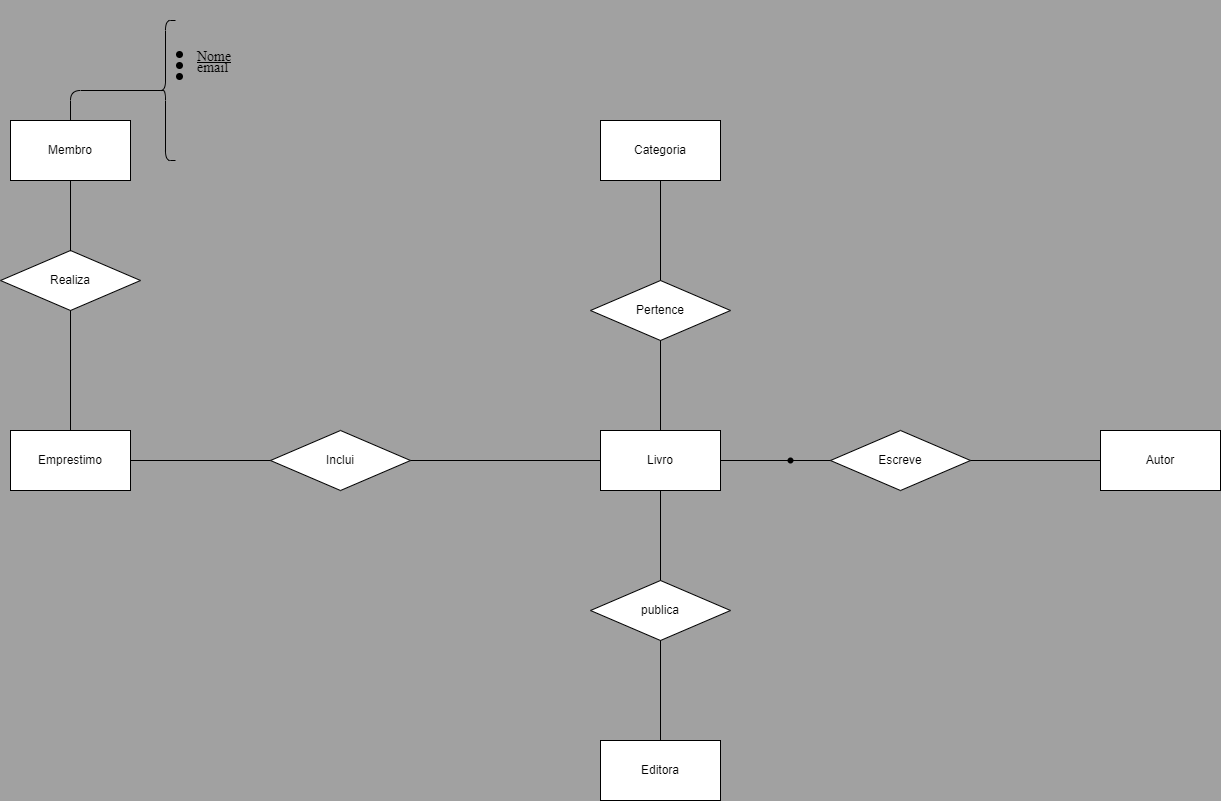
This is DER/image/modelo_entidade_relacionamento.png from AndreiVidal/projeto-banco-de-dados, a draw.io export, as it was before one commit. Source tidied: cells renumbered, new cells last; positions are measured from the earlier drawing's top-left corner, leaving out a move shared by most shapes.
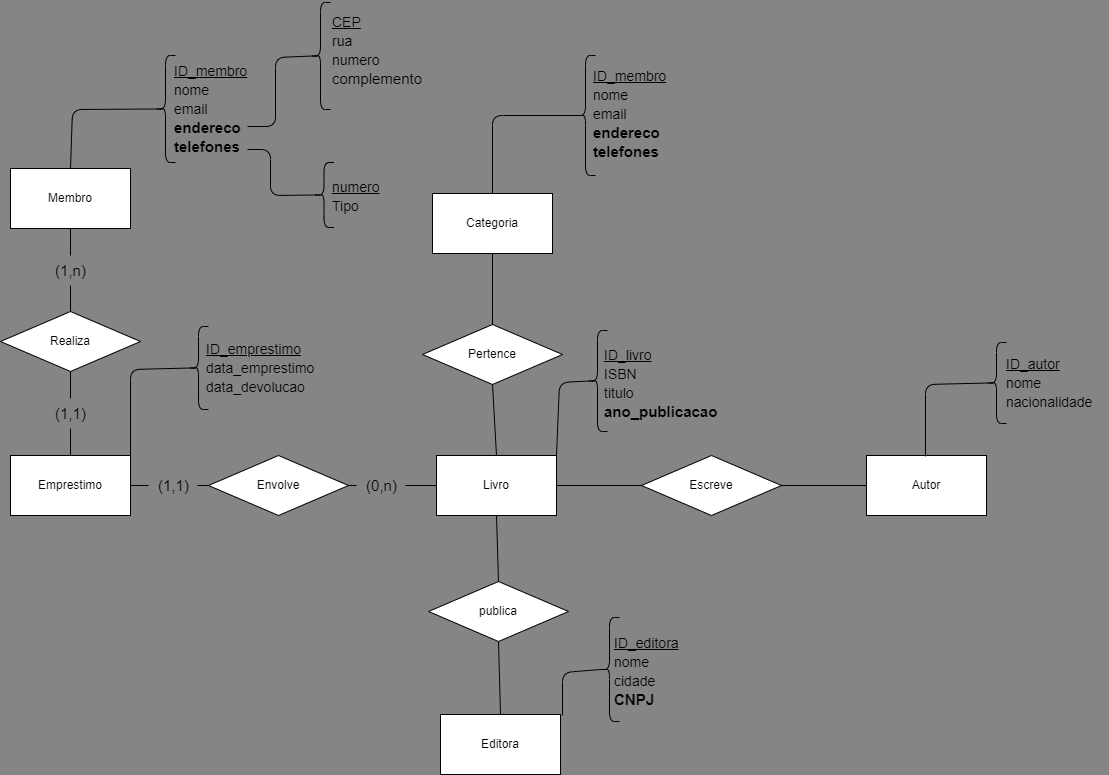
The same file after the commit.

Commit message:
:recycle: refactor: update image DER

The edit, as a diff of the source:
```diff
@@ -1,27 +1,27 @@
-<mxGraphModel background="#A1A1A1">
+<mxGraphModel background="#858585">
   <root>
     <mxCell id="0" />
     <mxCell id="1" parent="0" />
     <mxCell id="2" value="Livro" style="rounded=0;whiteSpace=wrap;html=1;" parent="1" vertex="1">
-      <mxGeometry x="600" y="430" width="120" height="60" as="geometry" />
+      <mxGeometry x="436" y="430" width="120" height="60" as="geometry" />
     </mxCell>
     <mxCell id="3" value="Autor" style="rounded=0;whiteSpace=wrap;html=1;" parent="1" vertex="1">
-      <mxGeometry x="1100" y="430" width="120" height="60" as="geometry" />
+      <mxGeometry x="866" y="430" width="120" height="60" as="geometry" />
     </mxCell>
     <mxCell id="4" value="Emprestimo" style="rounded=0;whiteSpace=wrap;html=1;" parent="1" vertex="1">
       <mxGeometry x="10" y="430" width="120" height="60" as="geometry" />
     </mxCell>
     <mxCell id="5" value="Membro" style="rounded=0;whiteSpace=wrap;html=1;" parent="1" vertex="1">
-      <mxGeometry x="10" y="120" width="120" height="60" as="geometry" />
+      <mxGeometry x="10" y="143" width="120" height="60" as="geometry" />
     </mxCell>
     <mxCell id="6" value="Categoria" style="rounded=0;whiteSpace=wrap;html=1;" parent="1" vertex="1">
-      <mxGeometry x="600" y="120" width="120" height="60" as="geometry" />
+      <mxGeometry x="432" y="168" width="120" height="60" as="geometry" />
     </mxCell>
     <mxCell id="7" value="Editora" style="rounded=0;whiteSpace=wrap;html=1;" parent="1" vertex="1">
-      <mxGeometry x="600" y="740" width="120" height="60" as="geometry" />
+      <mxGeometry x="440" y="689" width="120" height="60" as="geometry" />
     </mxCell>
     <mxCell id="8" value="Escreve" style="rhombus;whiteSpace=wrap;html=1;" parent="1" vertex="1">
-      <mxGeometry x="830" y="430" width="140" height="60" as="geometry" />
+      <mxGeometry x="641" y="430" width="140" height="60" as="geometry" />
     </mxCell>
     <mxCell id="9" style="endArrow=none;html=1;exitX=1;exitY=0.5;exitDx=0;exitDy=0;entryX=0;entryY=0.5;entryDx=0;entryDy=0;" parent="1" edge="1" source="2" target="8">
       <mxGeometry relative="1" as="geometry" />
@@ -30,7 +30,7 @@
       <mxGeometry relative="1" as="geometry" />
     </mxCell>
     <mxCell id="11" value="publica" style="rhombus;whiteSpace=wrap;html=1;rotation=0;" parent="1" vertex="1">
-      <mxGeometry x="590" y="580" width="140" height="60" as="geometry" />
+      <mxGeometry x="428" y="556" width="140" height="60" as="geometry" />
     </mxCell>
     <mxCell id="12" style="endArrow=none;html=1;exitX=0.5;exitY=1;exitDx=0;exitDy=0;entryX=0.5;entryY=0;entryDx=0;entryDy=0;" parent="1" edge="1" source="2" target="11">
       <mxGeometry relative="1" as="geometry" />
@@ -38,18 +38,18 @@
     <mxCell id="13" style="endArrow=none;html=1;entryX=0.5;entryY=1;entryDx=0;entryDy=0;exitX=0.5;exitY=0;exitDx=0;exitDy=0;" parent="1" edge="1" source="7" target="11">
       <mxGeometry relative="1" as="geometry" />
     </mxCell>
-    <mxCell id="14" value="Inclui" style="rhombus;whiteSpace=wrap;html=1;" parent="1" vertex="1">
-      <mxGeometry x="270" y="430" width="140" height="60" as="geometry" />
+    <mxCell id="14" value="Envolve" style="rhombus;whiteSpace=wrap;html=1;" parent="1" vertex="1">
+      <mxGeometry x="208" y="430" width="140" height="60" as="geometry" />
     </mxCell>
-    <mxCell id="15" style="endArrow=none;html=1;exitX=0;exitY=0.5;exitDx=0;exitDy=0;" parent="1" edge="1" source="14">
+    <mxCell id="15" style="endArrow=none;html=1;exitX=0;exitY=0.5;exitDx=0;exitDy=0;startArrow=none;" parent="1" edge="1" source="44">
       <mxGeometry relative="1" as="geometry">
         <mxPoint x="130" y="460" as="targetPoint" />
       </mxGeometry>
     </mxCell>
     <mxCell id="16" value="Pertence" style="rhombus;whiteSpace=wrap;html=1;rotation=0;" parent="1" vertex="1">
-      <mxGeometry x="590" y="280" width="140" height="60" as="geometry" />
+      <mxGeometry x="422" y="299" width="140" height="60" as="geometry" />
     </mxCell>
-    <mxCell id="17" style="endArrow=none;html=1;exitX=0;exitY=0.5;exitDx=0;exitDy=0;entryX=1;entryY=0.5;entryDx=0;entryDy=0;" parent="1" edge="1" source="2" target="14">
+    <mxCell id="17" style="endArrow=none;html=1;exitX=0;exitY=0.5;exitDx=0;exitDy=0;entryX=1;entryY=0.5;entryDx=0;entryDy=0;startArrow=none;" parent="1" edge="1" source="42" target="14">
       <mxGeometry relative="1" as="geometry" />
     </mxCell>
     <mxCell id="18" style="endArrow=none;html=1;exitX=0.5;exitY=0;exitDx=0;exitDy=0;entryX=0.5;entryY=1;entryDx=0;entryDy=0;" parent="1" edge="1" source="2" target="16">
@@ -59,31 +59,147 @@
       <mxGeometry relative="1" as="geometry" />
     </mxCell>
     <mxCell id="20" value="Realiza" style="rhombus;whiteSpace=wrap;html=1;" parent="1" vertex="1">
-      <mxGeometry y="250" width="140" height="60" as="geometry" />
+      <mxGeometry y="286" width="140" height="60" as="geometry" />
     </mxCell>
-    <mxCell id="21" style="endArrow=none;html=1;" parent="1" edge="1" source="5">
-      <mxGeometry relative="1" as="geometry">
-        <mxPoint x="70" y="250.7" as="targetPoint" />
-      </mxGeometry>
+    <mxCell id="21" style="endArrow=none;html=1;startArrow=none;entryX=0.5;entryY=0;entryDx=0;entryDy=0;" parent="1" edge="1" source="35" target="20">
+      <mxGeometry relative="1" as="geometry" />
     </mxCell>
-    <mxCell id="22" style="endArrow=none;html=1;entryX=0.5;entryY=0;entryDx=0;entryDy=0;" parent="1" edge="1" source="20" target="4">
+    <mxCell id="22" style="endArrow=none;html=1;entryX=0.5;entryY=0;entryDx=0;entryDy=0;startArrow=none;" parent="1" edge="1" source="37" target="4">
       <mxGeometry relative="1" as="geometry" />
     </mxCell>
-    <mxCell id="23" style="shape=waypoint;fillStyle=solid;size=6;fillColor=none;perimeter=centerPerimeter;" parent="1" vertex="1">
-      <mxGeometry x="780" y="450" width="20" height="20" as="geometry" />
-    </mxCell>
-    <mxCell id="24" value="&lt;h1 style=&quot;line-height: 30%;&quot;&gt;&lt;p style=&quot;line-height: 0%;&quot;&gt;&lt;/p&gt;&lt;ul style=&quot;line-height: 30%;&quot;&gt;&lt;li style=&quot;text-align: justify;&quot;&gt;&lt;font style=&quot;font-size: 14px; font-weight: normal;&quot; face=&quot;Times New Roman&quot;&gt;&lt;u&gt;Nome&lt;/u&gt;&lt;/font&gt;&lt;/li&gt;&lt;li&gt;&lt;font face=&quot;Times New Roman&quot;&gt;&lt;span style=&quot;font-size: 14px; font-weight: 400;&quot;&gt;email&lt;/span&gt;&lt;/font&gt;&lt;/li&gt;&lt;li&gt;&lt;font face=&quot;Times New Roman&quot;&gt;&lt;span style=&quot;font-size: 14px; font-weight: 400;&quot;&gt;&lt;br&gt;&lt;/span&gt;&lt;/font&gt;&lt;/li&gt;&lt;/ul&gt;&lt;/h1&gt;" style="text;strokeColor=none;fillColor=none;html=1;whiteSpace=wrap;verticalAlign=middle;overflow=hidden;" parent="1" vertex="1">
-      <mxGeometry x="155" width="110" height="130" as="geometry" />
-    </mxCell>
     <mxCell id="25" style="shape=curlyBracket;whiteSpace=wrap;html=1;rounded=1;labelPosition=left;verticalLabelPosition=middle;align=right;verticalAlign=middle;size=0.5;" parent="1" vertex="1">
-      <mxGeometry x="155" y="20" width="20" height="140" as="geometry" />
+      <mxGeometry x="155" y="30" width="20" height="107" as="geometry" />
     </mxCell>
     <mxCell id="26" style="endArrow=none;html=1;exitX=0.5;exitY=0;exitDx=0;exitDy=0;entryX=0.1;entryY=0.5;entryDx=0;entryDy=0;entryPerimeter=0;" parent="1" edge="1" source="5" target="25">
       <mxGeometry relative="1" as="geometry">
         <Array as="points">
-          <mxPoint x="70" y="90" />
+          <mxPoint x="72" y="84" />
         </Array>
       </mxGeometry>
     </mxCell>
+    <mxCell id="27" value="&lt;p style=&quot;line-height: 50%;&quot;&gt;&lt;u style=&quot;font-size: 14px;&quot;&gt;ID_membro&lt;/u&gt;&lt;span style=&quot;font-size: 14px; background-color: initial;&quot;&gt;&lt;br&gt;&lt;/span&gt;&lt;/p&gt;&lt;p style=&quot;line-height: 50%;&quot;&gt;&lt;span style=&quot;font-size: 14px; background-color: initial;&quot;&gt;nome&lt;/span&gt;&lt;/p&gt;&lt;p style=&quot;line-height: 50%;&quot;&gt;&lt;span style=&quot;font-size: 14px; background-color: initial;&quot;&gt;email&lt;/span&gt;&lt;/p&gt;&lt;p style=&quot;line-height: 50%;&quot;&gt;&lt;b style=&quot;background-color: initial;&quot;&gt;&lt;font style=&quot;font-size: 15px;&quot;&gt;endereco&lt;/font&gt;&lt;/b&gt;&lt;/p&gt;&lt;p style=&quot;line-height: 50%;&quot;&gt;&lt;b style=&quot;background-color: initial;&quot;&gt;&lt;font style=&quot;font-size: 15px;&quot;&gt;telefones&lt;/font&gt;&lt;/b&gt;&lt;/p&gt;" style="text;html=1;align=left;verticalAlign=middle;strokeColor=none;fillColor=none;" parent="1" vertex="1">
+      <mxGeometry x="172" y="25" width="91" height="118" as="geometry" />
+    </mxCell>
+    <mxCell id="28" style="endArrow=none;html=1;fontSize=15;entryX=0.1;entryY=0.5;entryDx=0;entryDy=0;entryPerimeter=0;" parent="1" edge="1" target="30">
+      <mxGeometry relative="1" as="geometry">
+        <mxPoint x="247" y="101" as="sourcePoint" />
+        <Array as="points">
+          <mxPoint x="275" y="101" />
+          <mxPoint x="275" y="32" />
+        </Array>
+      </mxGeometry>
+    </mxCell>
+    <mxCell id="29" style="endArrow=none;html=1;fontSize=15;entryX=0.1;entryY=0.5;entryDx=0;entryDy=0;entryPerimeter=0;" parent="1" edge="1" target="31">
+      <mxGeometry relative="1" as="geometry">
+        <mxPoint x="247" y="124" as="sourcePoint" />
+        <Array as="points">
+          <mxPoint x="270" y="124" />
+          <mxPoint x="270" y="170" />
+        </Array>
+      </mxGeometry>
+    </mxCell>
+    <mxCell id="30" style="shape=curlyBracket;whiteSpace=wrap;html=1;rounded=1;labelPosition=left;verticalLabelPosition=middle;align=right;verticalAlign=middle;size=0.5;" parent="1" vertex="1">
+      <mxGeometry x="310" y="-23" width="20" height="107" as="geometry" />
+    </mxCell>
+    <mxCell id="31" style="shape=curlyBracket;whiteSpace=wrap;html=1;rounded=1;labelPosition=left;verticalLabelPosition=middle;align=right;verticalAlign=middle;size=0.5;" parent="1" vertex="1">
+      <mxGeometry x="313.5" y="137" width="20" height="65" as="geometry" />
+    </mxCell>
+    <mxCell id="32" value="&lt;p style=&quot;line-height: 50%;&quot;&gt;&lt;span style=&quot;background-color: initial; font-size: 14px;&quot;&gt;&lt;u&gt;CEP&lt;/u&gt;&lt;/span&gt;&lt;/p&gt;&lt;p style=&quot;line-height: 50%;&quot;&gt;&lt;span style=&quot;font-size: 14px;&quot;&gt;rua&lt;/span&gt;&lt;/p&gt;&lt;p style=&quot;line-height: 50%;&quot;&gt;&lt;span style=&quot;font-size: 14px; background-color: initial;&quot;&gt;numero&lt;/span&gt;&lt;/p&gt;&lt;p style=&quot;line-height: 50%;&quot;&gt;&lt;span style=&quot;background-color: initial;&quot;&gt;&lt;font style=&quot;font-size: 15px;&quot;&gt;complemento&lt;/font&gt;&lt;/span&gt;&lt;/p&gt;" style="text;html=1;align=left;verticalAlign=middle;strokeColor=none;fillColor=none;" parent="1" vertex="1">
+      <mxGeometry x="330" y="-25" width="108" height="100" as="geometry" />
+    </mxCell>
+    <mxCell id="33" value="&lt;p style=&quot;line-height: 50%;&quot;&gt;&lt;u style=&quot;font-size: 14px;&quot;&gt;numero&lt;/u&gt;&lt;span style=&quot;font-size: 14px; background-color: initial;&quot;&gt;&lt;br&gt;&lt;/span&gt;&lt;/p&gt;&lt;p style=&quot;line-height: 50%;&quot;&gt;&lt;span style=&quot;font-size: 14px;&quot;&gt;Tipo&lt;/span&gt;&lt;/p&gt;" style="text;html=1;align=left;verticalAlign=middle;strokeColor=none;fillColor=none;" parent="1" vertex="1">
+      <mxGeometry x="330" y="140" width="65" height="62" as="geometry" />
+    </mxCell>
+    <mxCell id="34" style="endArrow=none;html=1;" parent="1" edge="1" source="5" target="35">
+      <mxGeometry relative="1" as="geometry" />
+    </mxCell>
+    <mxCell id="35" value="(1,n)" style="text;html=1;align=center;verticalAlign=middle;points=[];strokeColor=none;fillColor=none;fontSize=15;" parent="1" vertex="1">
+      <mxGeometry x="45.5" y="230" width="49" height="30" as="geometry" />
+    </mxCell>
+    <mxCell id="36" style="endArrow=none;html=1;entryX=0.5;entryY=0;entryDx=0;entryDy=0;" parent="1" edge="1" source="20" target="37">
+      <mxGeometry relative="1" as="geometry" />
+    </mxCell>
+    <mxCell id="37" value="(1,1)" style="text;html=1;align=center;verticalAlign=middle;points=[];strokeColor=none;fillColor=none;fontSize=15;" parent="1" vertex="1">
+      <mxGeometry x="45.5" y="373" width="49" height="30" as="geometry" />
+    </mxCell>
+    <mxCell id="38" style="endArrow=none;html=1;fontSize=15;exitX=1;exitY=0;exitDx=0;exitDy=0;entryX=0.1;entryY=0.5;entryDx=0;entryDy=0;entryPerimeter=0;" parent="1" edge="1" source="4" target="39">
+      <mxGeometry relative="1" as="geometry">
+        <Array as="points">
+          <mxPoint x="130" y="344" />
+        </Array>
+      </mxGeometry>
+    </mxCell>
+    <mxCell id="39" style="shape=curlyBracket;whiteSpace=wrap;html=1;rounded=1;labelPosition=left;verticalLabelPosition=middle;align=right;verticalAlign=middle;size=0.5;" parent="1" vertex="1">
+      <mxGeometry x="188" y="301" width="20" height="83" as="geometry" />
+    </mxCell>
+    <mxCell id="40" value="&lt;p style=&quot;line-height: 50%;&quot;&gt;&lt;u style=&quot;font-size: 14px;&quot;&gt;ID_emprestimo&lt;/u&gt;&lt;span style=&quot;font-size: 14px; background-color: initial;&quot;&gt;&lt;br&gt;&lt;/span&gt;&lt;/p&gt;&lt;p style=&quot;line-height: 50%;&quot;&gt;&lt;span style=&quot;font-size: 14px; background-color: initial;&quot;&gt;data_emprestimo&lt;/span&gt;&lt;/p&gt;&lt;p style=&quot;line-height: 50%;&quot;&gt;&lt;span style=&quot;font-size: 14px;&quot;&gt;data_devolucao&lt;/span&gt;&lt;/p&gt;" style="text;html=1;align=left;verticalAlign=middle;strokeColor=none;fillColor=none;" parent="1" vertex="1">
+      <mxGeometry x="204" y="301.5" width="126" height="82" as="geometry" />
+    </mxCell>
+    <mxCell id="41" style="endArrow=none;html=1;exitX=0;exitY=0.5;exitDx=0;exitDy=0;entryX=1;entryY=0.5;entryDx=0;entryDy=0;" parent="1" edge="1" source="2" target="42">
+      <mxGeometry relative="1" as="geometry" />
+    </mxCell>
+    <mxCell id="42" value="(0,n)" style="text;html=1;align=center;verticalAlign=middle;points=[];strokeColor=none;fillColor=none;fontSize=15;" parent="1" vertex="1">
+      <mxGeometry x="356" y="445" width="49" height="30" as="geometry" />
+    </mxCell>
+    <mxCell id="43" style="endArrow=none;html=1;exitX=0;exitY=0.5;exitDx=0;exitDy=0;" parent="1" edge="1" source="14" target="44">
+      <mxGeometry relative="1" as="geometry" />
+    </mxCell>
+    <mxCell id="44" value="(1,1)" style="text;html=1;align=center;verticalAlign=middle;points=[];strokeColor=none;fillColor=none;fontSize=15;" parent="1" vertex="1">
+      <mxGeometry x="148" y="445" width="49" height="30" as="geometry" />
+    </mxCell>
+    <mxCell id="45" style="endArrow=none;html=1;fontSize=15;entryX=0.1;entryY=0.5;entryDx=0;entryDy=0;entryPerimeter=0;" parent="1" edge="1" source="6" target="46">
+      <mxGeometry relative="1" as="geometry">
+        <Array as="points">
+          <mxPoint x="492" y="90" />
+        </Array>
+      </mxGeometry>
+    </mxCell>
+    <mxCell id="46" style="shape=curlyBracket;whiteSpace=wrap;html=1;rounded=1;labelPosition=left;verticalLabelPosition=middle;align=right;verticalAlign=middle;fontSize=15;" parent="1" vertex="1">
+      <mxGeometry x="575" y="30" width="20" height="120" as="geometry" />
+    </mxCell>
+    <mxCell id="47" style="endArrow=none;html=1;fontSize=15;exitX=1;exitY=0;exitDx=0;exitDy=0;entryX=0.1;entryY=0.5;entryDx=0;entryDy=0;entryPerimeter=0;" parent="1" edge="1" source="2" target="48">
+      <mxGeometry relative="1" as="geometry">
+        <Array as="points">
+          <mxPoint x="559" y="357" />
+        </Array>
+      </mxGeometry>
+    </mxCell>
+    <mxCell id="48" style="shape=curlyBracket;whiteSpace=wrap;html=1;rounded=1;labelPosition=left;verticalLabelPosition=middle;align=right;verticalAlign=middle;fontSize=15;" parent="1" vertex="1">
+      <mxGeometry x="587" y="305" width="20" height="101" as="geometry" />
+    </mxCell>
+    <mxCell id="49" style="endArrow=none;html=1;fontSize=15;entryX=0.1;entryY=0.5;entryDx=0;entryDy=0;entryPerimeter=0;" parent="1" edge="1" target="50">
+      <mxGeometry relative="1" as="geometry">
+        <mxPoint x="562" y="690" as="sourcePoint" />
+        <Array as="points">
+          <mxPoint x="562" y="647" />
+        </Array>
+      </mxGeometry>
+    </mxCell>
+    <mxCell id="50" style="shape=curlyBracket;whiteSpace=wrap;html=1;rounded=1;labelPosition=left;verticalLabelPosition=middle;align=right;verticalAlign=middle;fontSize=15;" parent="1" vertex="1">
+      <mxGeometry x="599" y="592" width="20" height="104" as="geometry" />
+    </mxCell>
+    <mxCell id="51" style="endArrow=none;html=1;fontSize=15;entryX=0.1;entryY=0.5;entryDx=0;entryDy=0;entryPerimeter=0;" parent="1" edge="1" target="52">
+      <mxGeometry relative="1" as="geometry">
+        <mxPoint x="925" y="431" as="sourcePoint" />
+        <Array as="points">
+          <mxPoint x="925" y="359" />
+        </Array>
+      </mxGeometry>
+    </mxCell>
+    <mxCell id="52" style="shape=curlyBracket;whiteSpace=wrap;html=1;rounded=1;labelPosition=left;verticalLabelPosition=middle;align=right;verticalAlign=middle;fontSize=15;" parent="1" vertex="1">
+      <mxGeometry x="986" y="317" width="20" height="81" as="geometry" />
+    </mxCell>
+    <mxCell id="53" value="&lt;p style=&quot;line-height: 50%;&quot;&gt;&lt;u style=&quot;font-size: 14px;&quot;&gt;ID_membro&lt;/u&gt;&lt;span style=&quot;font-size: 14px; background-color: initial;&quot;&gt;&lt;br&gt;&lt;/span&gt;&lt;/p&gt;&lt;p style=&quot;line-height: 50%;&quot;&gt;&lt;span style=&quot;font-size: 14px; background-color: initial;&quot;&gt;nome&lt;/span&gt;&lt;/p&gt;&lt;p style=&quot;line-height: 50%;&quot;&gt;&lt;span style=&quot;font-size: 14px; background-color: initial;&quot;&gt;email&lt;/span&gt;&lt;/p&gt;&lt;p style=&quot;line-height: 50%;&quot;&gt;&lt;b style=&quot;background-color: initial;&quot;&gt;&lt;font style=&quot;font-size: 15px;&quot;&gt;endereco&lt;/font&gt;&lt;/b&gt;&lt;/p&gt;&lt;p style=&quot;line-height: 50%;&quot;&gt;&lt;b style=&quot;background-color: initial;&quot;&gt;&lt;font style=&quot;font-size: 15px;&quot;&gt;telefones&lt;/font&gt;&lt;/b&gt;&lt;/p&gt;" style="text;html=1;align=left;verticalAlign=middle;strokeColor=none;fillColor=none;" parent="1" vertex="1">
+      <mxGeometry x="591" y="30" width="91" height="118" as="geometry" />
+    </mxCell>
+    <mxCell id="54" value="&lt;p style=&quot;line-height: 50%;&quot;&gt;&lt;u style=&quot;font-size: 14px;&quot;&gt;ID_livro&lt;/u&gt;&lt;span style=&quot;font-size: 14px; background-color: initial;&quot;&gt;&lt;br&gt;&lt;/span&gt;&lt;/p&gt;&lt;p style=&quot;line-height: 50%;&quot;&gt;&lt;span style=&quot;font-size: 14px;&quot;&gt;ISBN&lt;/span&gt;&lt;/p&gt;&lt;p style=&quot;line-height: 50%;&quot;&gt;&lt;span style=&quot;font-size: 14px; background-color: initial;&quot;&gt;titulo&lt;/span&gt;&lt;/p&gt;&lt;p style=&quot;line-height: 50%;&quot;&gt;&lt;b style=&quot;background-color: initial;&quot;&gt;&lt;font style=&quot;font-size: 15px;&quot;&gt;ano_publicacao&lt;/font&gt;&lt;/b&gt;&lt;/p&gt;" style="text;html=1;align=left;verticalAlign=middle;strokeColor=none;fillColor=none;" parent="1" vertex="1">
+      <mxGeometry x="602" y="308" width="131" height="100" as="geometry" />
+    </mxCell>
+    <mxCell id="55" value="&lt;p style=&quot;line-height: 50%;&quot;&gt;&lt;u style=&quot;font-size: 14px;&quot;&gt;ID_autor&lt;/u&gt;&lt;span style=&quot;font-size: 14px; background-color: initial;&quot;&gt;&lt;br&gt;&lt;/span&gt;&lt;/p&gt;&lt;p style=&quot;line-height: 50%;&quot;&gt;&lt;span style=&quot;font-size: 14px; background-color: initial;&quot;&gt;nome&lt;/span&gt;&lt;/p&gt;&lt;p style=&quot;line-height: 50%;&quot;&gt;&lt;span style=&quot;font-size: 14px;&quot;&gt;nacionalidade&lt;/span&gt;&lt;/p&gt;" style="text;html=1;align=left;verticalAlign=middle;strokeColor=none;fillColor=none;" parent="1" vertex="1">
+      <mxGeometry x="1004" y="317" width="104" height="82" as="geometry" />
+    </mxCell>
+    <mxCell id="56" value="&lt;p style=&quot;line-height: 50%;&quot;&gt;&lt;u style=&quot;font-size: 14px;&quot;&gt;ID_editora&lt;/u&gt;&lt;span style=&quot;font-size: 14px; background-color: initial;&quot;&gt;&lt;br&gt;&lt;/span&gt;&lt;/p&gt;&lt;p style=&quot;line-height: 50%;&quot;&gt;&lt;span style=&quot;font-size: 14px; background-color: initial;&quot;&gt;nome&lt;/span&gt;&lt;/p&gt;&lt;p style=&quot;line-height: 50%;&quot;&gt;&lt;span style=&quot;font-size: 14px; background-color: initial;&quot;&gt;cidade&lt;/span&gt;&lt;/p&gt;&lt;p style=&quot;line-height: 50%;&quot;&gt;&lt;span style=&quot;font-size: 15px;&quot;&gt;&lt;b&gt;CNPJ&lt;/b&gt;&lt;/span&gt;&lt;/p&gt;" style="text;html=1;align=left;verticalAlign=middle;strokeColor=none;fillColor=none;" parent="1" vertex="1">
+      <mxGeometry x="612" y="596" width="83" height="100" as="geometry" />
+    </mxCell>
   </root>
 </mxGraphModel>
```
